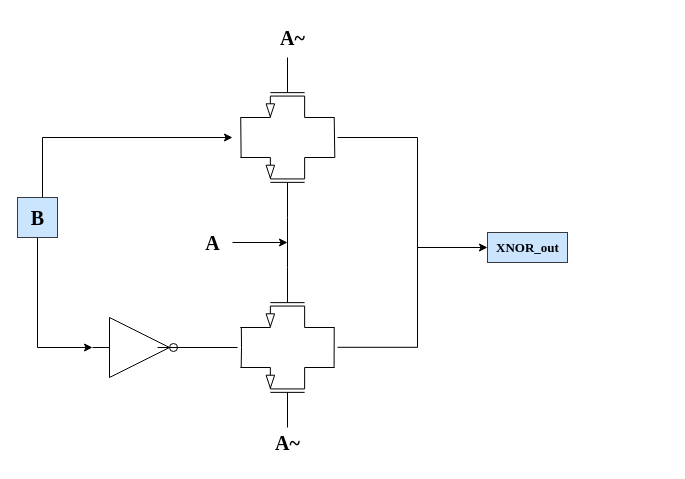
Before: XOR.drawio in w1213ph/draw.io, a draw.io diagram. Source tidied: cells renumbered, new cells numbered last; positions are measured from the earlier drawing's top-left corner, leaving out a move shared by most shapes. Both pictures are drawn from the tidied source at 100%, with x=0, y=0 at pixel (17, 17).
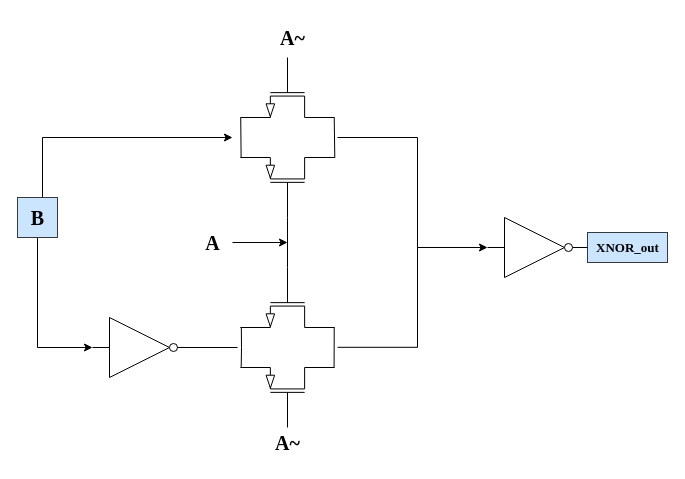
Above is the later version.

Diff of the diagram source:
```diff
@@
     <mxCell id="16" style="endArrow=none;html=1;rounded=0;" parent="1" edge="1">
       <mxGeometry relative="1" as="geometry">
-        <mxPoint x="140" y="330" as="sourcePoint" />
+        <mxPoint x="160" y="330" as="sourcePoint" />
         <mxPoint x="220" y="330" as="targetPoint" />
       </mxGeometry>
     </mxCell>
@@
     <mxCell id="24" value="XNOR_out" style="text;html=1;align=center;verticalAlign=middle;strokeColor=#36393d;fillColor=#cce5ff;fontStyle=1;fontFamily=Times New Roman;fontSize=13;" parent="1" vertex="1">
-      <mxGeometry x="470" y="215" width="80" height="30" as="geometry" />
+      <mxGeometry x="570" y="215" width="80" height="30" as="geometry" />
     </mxCell>
+    <mxCell id="25" style="verticalLabelPosition=bottom;shadow=0;dashed=0;align=center;html=1;verticalAlign=top;shape=mxgraph.electrical.logic_gates.inverter_2;" parent="1" vertex="1">
+      <mxGeometry x="470" y="200" width="100" height="60" as="geometry" />
+    </mxCell>
```
